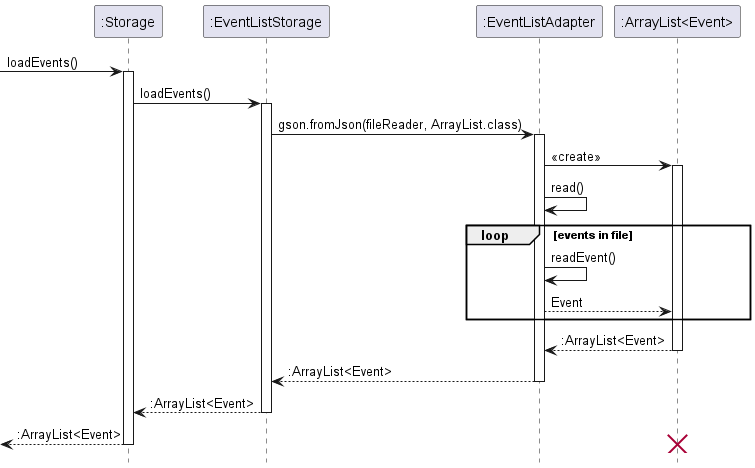
Before: docs/UML/Images/loadEvents.png, a diagram exported from PlantUML (nus-cs2113-AY2223S2/tp). The source it was exported from:
```plantuml
@startuml
hide footbox
hide circle

-> ":Storage" : loadEvents()
activate ":Storage"
":Storage" -> ":EventListStorage" : loadEvents()
activate ":EventListStorage"
":EventListStorage" ->":EventListAdapter" : gson.fromJson(fileReader, ArrayList.class)
activate ":EventListAdapter"
":EventListAdapter" -> ":ArrayList<Event>" : <<create>>
activate ":ArrayList<Event>"
":EventListAdapter" -> ":EventListAdapter" : read()
loop events in file
    ":EventListAdapter" -> ":EventListAdapter" : readEvent()
    ":EventListAdapter" --> ":ArrayList<Event>" : Event
end
":ArrayList<Event>" --> ":EventListAdapter" : :ArrayList<Event>
deactivate ":ArrayList<Event>"
":EventListAdapter" --> ":EventListStorage" : :ArrayList<Event>
deactivate ":EventListAdapter"
":EventListStorage" --> ":Storage" : :ArrayList<Event>
deactivate ":EventListStorage"
<-- ":Storage" : :ArrayList<Event>
deactivate ":Storage"
destroy ":ArrayList<Event>"
@enduml
```
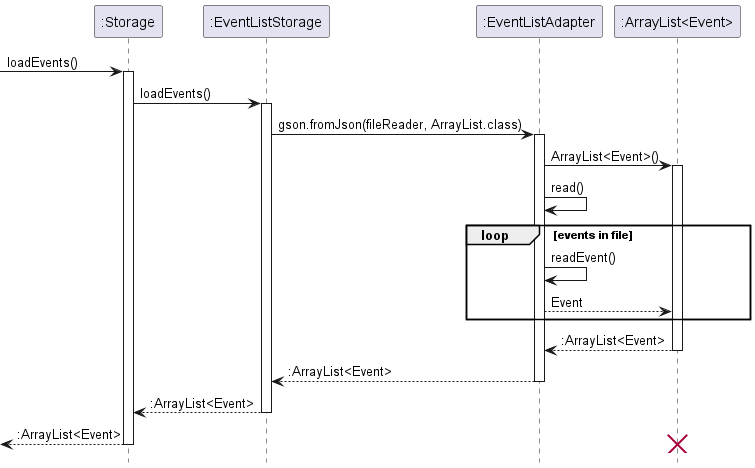
The same file after the commit.

Commit message:
Fix UML diagrams

What changed in the source:
```diff
@@ -8,7 +8,7 @@
 activate ":EventListStorage"
 ":EventListStorage" ->":EventListAdapter" : gson.fromJson(fileReader, ArrayList.class)
 activate ":EventListAdapter"
-":EventListAdapter" -> ":ArrayList<Event>" : <<create>>
+":EventListAdapter" -> ":ArrayList<Event>" : ArrayList<Event>()
 activate ":ArrayList<Event>"
 ":EventListAdapter" -> ":EventListAdapter" : read()
 loop events in file
```
